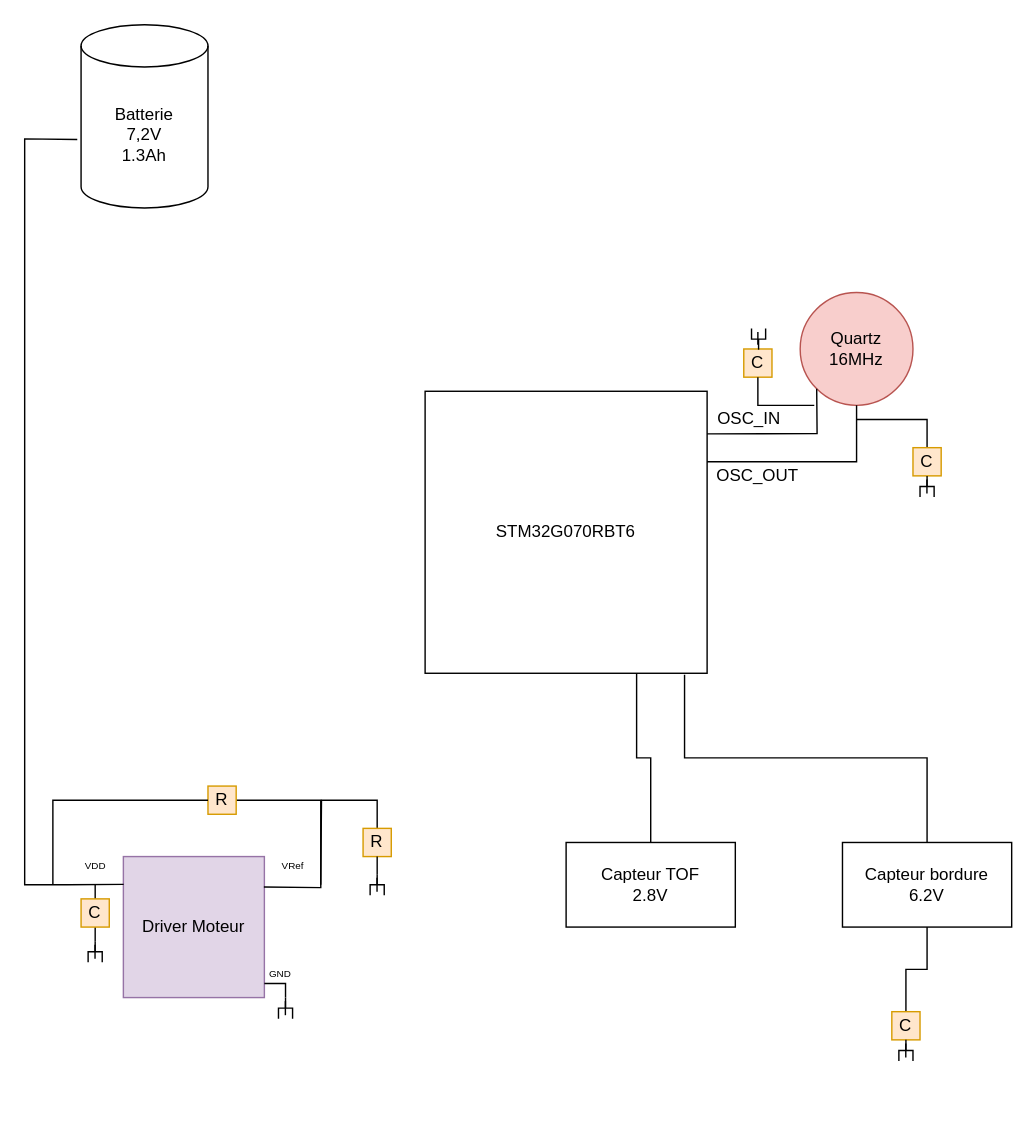
Earlier version of the draw.io diagram Diagramme sans nom.drawio (Artpel1805/Beerator). Source tidied: cells renumbered, new cells numbered last; positions are measured from the earlier drawing's top-left corner, leaving out a move shared by most shapes. Both pictures are drawn from the tidied source at 141%, with x=0, y=0 at pixel (24, 24).
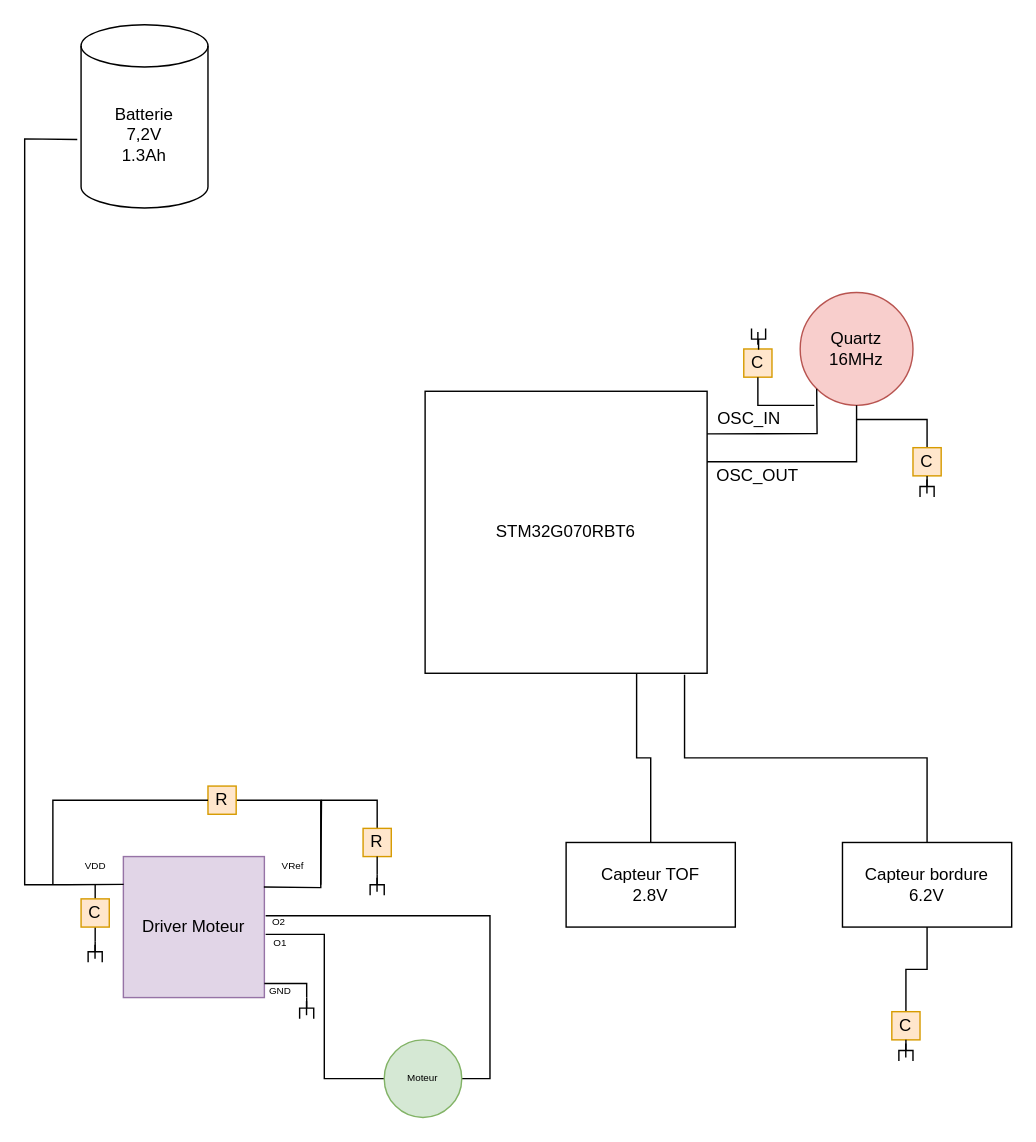
After the change.

Unchanged cells that the change refers to:
```xml
<mxCell id="19" value="Driver Moteur" style="whiteSpace=wrap;html=1;strokeWidth=1;fillColor=#e1d5e7;strokeColor=#9673a6;" parent="1" vertex="1">
  <mxGeometry x="70" y="590" width="100" height="100" as="geometry" />
</mxCell>
<mxCell id="24" style="strokeWidth=1;html=1;shape=mxgraph.flowchart.annotation_2;align=left;labelPosition=right;rotation=90;" parent="23" vertex="1">
  <mxGeometry x="-2.5" y="2.5" width="15" height="10" as="geometry" />
</mxCell>
```

Change to the diagram source:
```diff
@@
     <mxCell id="23" style="group;" parent="1" vertex="1">
-      <mxGeometry x="180" y="690" width="10" height="15" as="geometry" />
+      <mxGeometry x="195" y="690" width="10" height="15" as="geometry" />
     </mxCell>
@@
     <mxCell id="28" style="endArrow=none;html=1;rounded=0;entryX=0;entryY=0.5;entryDx=0;entryDy=0;entryPerimeter=0;" parent="1" edge="1" target="24">
       <mxGeometry relative="1" as="geometry">
         <mxPoint x="170" y="680" as="sourcePoint" />
         <Array as="points">
           <mxPoint x="185" y="680" />
+          <mxPoint x="200" y="680" />
         </Array>
       </mxGeometry>
     </mxCell>
     <mxCell id="29" value="&lt;font style=&quot;font-size: 7px;&quot;&gt;GND&lt;/font&gt;" style="text;html=1;align=center;verticalAlign=middle;strokeColor=none;fillColor=none;" parent="1" vertex="1">
-      <mxGeometry x="161" y="657" width="40" height="30" as="geometry" />
+      <mxGeometry x="161" y="669" width="40" height="30" as="geometry" />
     </mxCell>
@@
+    <mxCell id="52" style="edgeStyle=orthogonalEdgeStyle;rounded=0;jettySize=auto;html=1;entryX=1.009;entryY=0.552;entryDx=0;entryDy=0;entryPerimeter=0;fontSize=7;endArrow=none;endFill=0;" parent="1" edge="1" source="54" target="19">
+      <mxGeometry relative="1" as="geometry" />
+    </mxCell>
+    <mxCell id="53" style="edgeStyle=orthogonalEdgeStyle;rounded=0;jettySize=auto;html=1;entryX=1.009;entryY=0.42;entryDx=0;entryDy=0;entryPerimeter=0;fontSize=7;endArrow=none;endFill=0;" parent="1" edge="1" source="54" target="19">
+      <mxGeometry relative="1" as="geometry">
+        <Array as="points">
+          <mxPoint x="330" y="747" />
+          <mxPoint x="330" y="632" />
+        </Array>
+      </mxGeometry>
+    </mxCell>
+    <mxCell id="54" value="Moteur" style="ellipse;whiteSpace=wrap;html=1;strokeWidth=1;fontSize=7;fillColor=#d5e8d4;strokeColor=#82b366;" parent="1" vertex="1">
+      <mxGeometry x="255" y="720" width="55" height="55" as="geometry" />
+    </mxCell>
+    <mxCell id="55" value="&lt;span style=&quot;font-size: 7px;&quot;&gt;O1&lt;/span&gt;" style="text;html=1;align=center;verticalAlign=middle;strokeColor=none;fillColor=none;" parent="1" vertex="1">
+      <mxGeometry x="166" y="635" width="30" height="30" as="geometry" />
+    </mxCell>
+    <mxCell id="56" value="&lt;font style=&quot;font-size: 7px;&quot;&gt;O2&lt;/font&gt;" style="text;html=1;align=center;verticalAlign=middle;strokeColor=none;fillColor=none;" parent="1" vertex="1">
+      <mxGeometry x="165" y="620" width="30" height="30" as="geometry" />
+    </mxCell>
```
